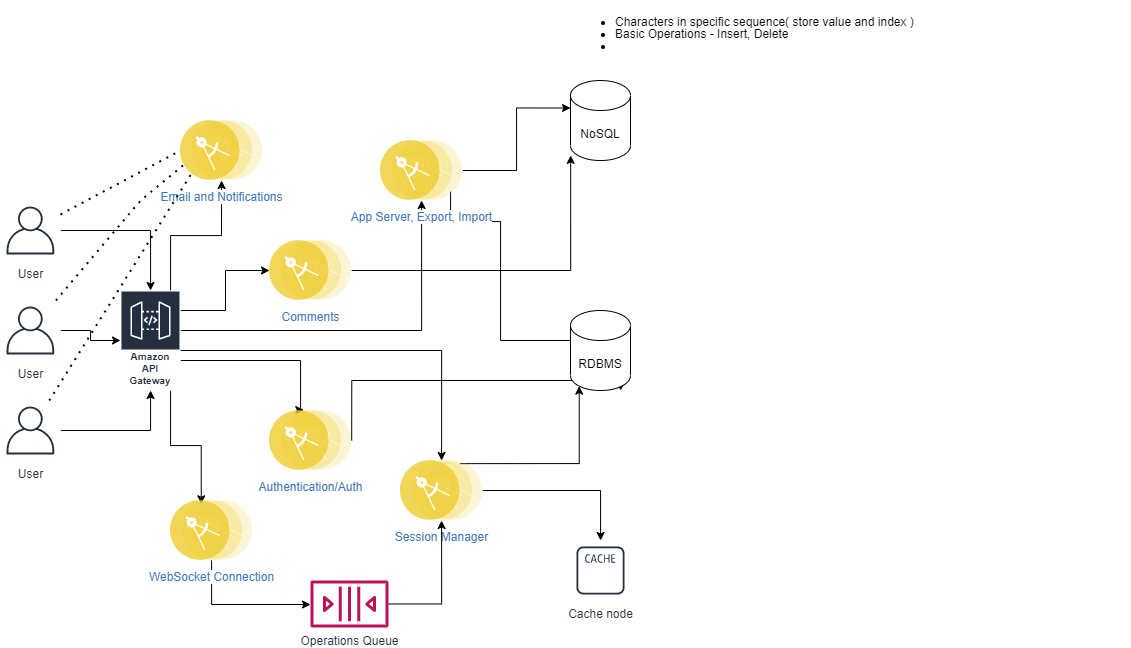
Before: fileSharingSystem.png, a diagram exported from draw.io (pri-tri/System_Designs). Source tidied: cells renumbered, new cells last; positions are measured from the earlier drawing's top-left corner, leaving out a move shared by most shapes.
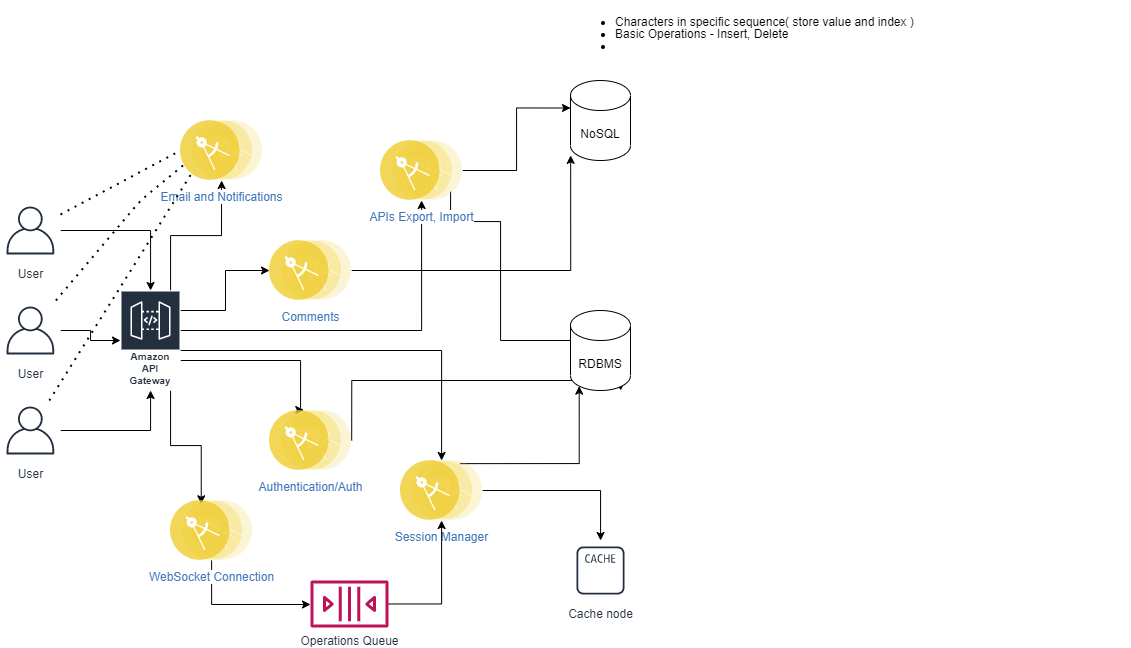
The same file after the commit.

The edit, as a diff of the source:
```diff
@@ -127,7 +127,7 @@
         </Array>
       </mxGeometry>
     </mxCell>
-    <mxCell id="28" value="App Server, Export, Import" style="perimeter=ellipsePerimeter;html=1;align=center;shadow=0;dashed=0;fontColor=#4277BB;labelBackgroundColor=#ffffff;fontSize=12;spacingTop=3;image;image=img/lib/ibm/applications/microservice.svg;" parent="1" vertex="1">
+    <mxCell id="28" value="APIs Export, Import" style="perimeter=ellipsePerimeter;html=1;align=center;shadow=0;dashed=0;fontColor=#4277BB;labelBackgroundColor=#ffffff;fontSize=12;spacingTop=3;image;image=img/lib/ibm/applications/microservice.svg;" parent="1" vertex="1">
       <mxGeometry x="380" y="130" width="82.2" height="60" as="geometry" />
     </mxCell>
     <mxCell id="29" value="NoSQL" style="shape=cylinder3;whiteSpace=wrap;html=1;boundedLbl=1;backgroundOutline=1;size=15;" parent="1" vertex="1">
```
